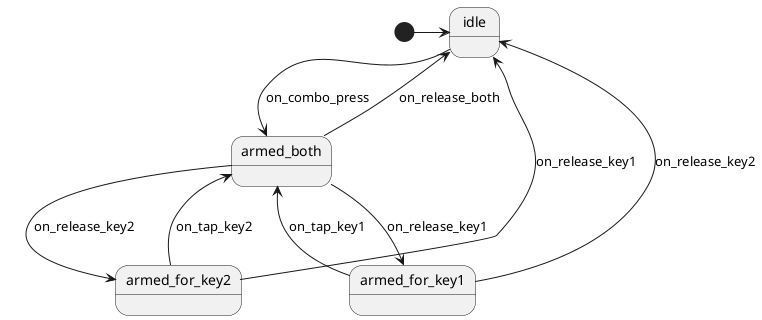
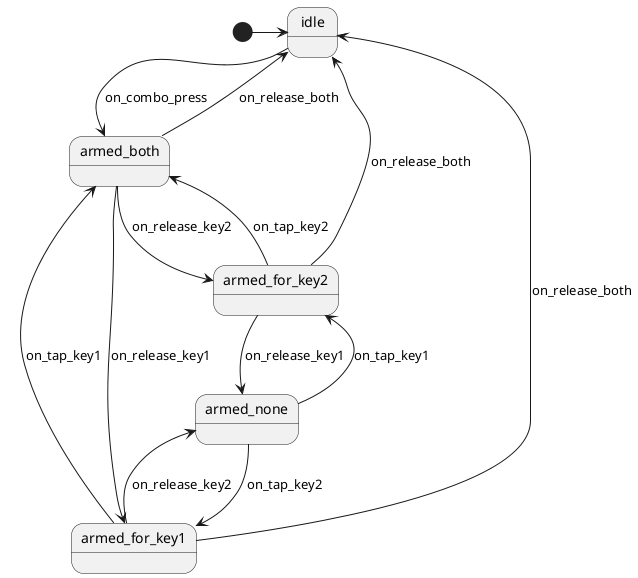
@startuml StickyCombo
state idle
state armed_both
state armed_for_key1
state armed_for_key2
+ state armed_none

[*] -> idle

idle --> armed_both : on_combo_press
armed_both --> armed_for_key1 : on_release_key1
armed_both --> armed_for_key2 : on_release_key2
armed_both --> idle : on_release_both

armed_for_key1 --> armed_both : on_tap_key1
- armed_for_key1 --> idle : on_release_key2
+ armed_for_key1 --> armed_none : on_release_key2
+ armed_for_key1 --> idle : on_release_both

armed_for_key2 --> armed_both : on_tap_key2
- armed_for_key2 --> idle : on_release_key1
+ armed_for_key2 --> armed_none : on_release_key1
+ armed_for_key2 --> idle : on_release_both
+ 
+ armed_none --> armed_for_key2 : on_tap_key1
+ armed_none --> armed_for_key1 : on_tap_key2

/'! $CONFIG : toml
SmRunnerSettings.transpilerId = "C99"
'/
@enduml
